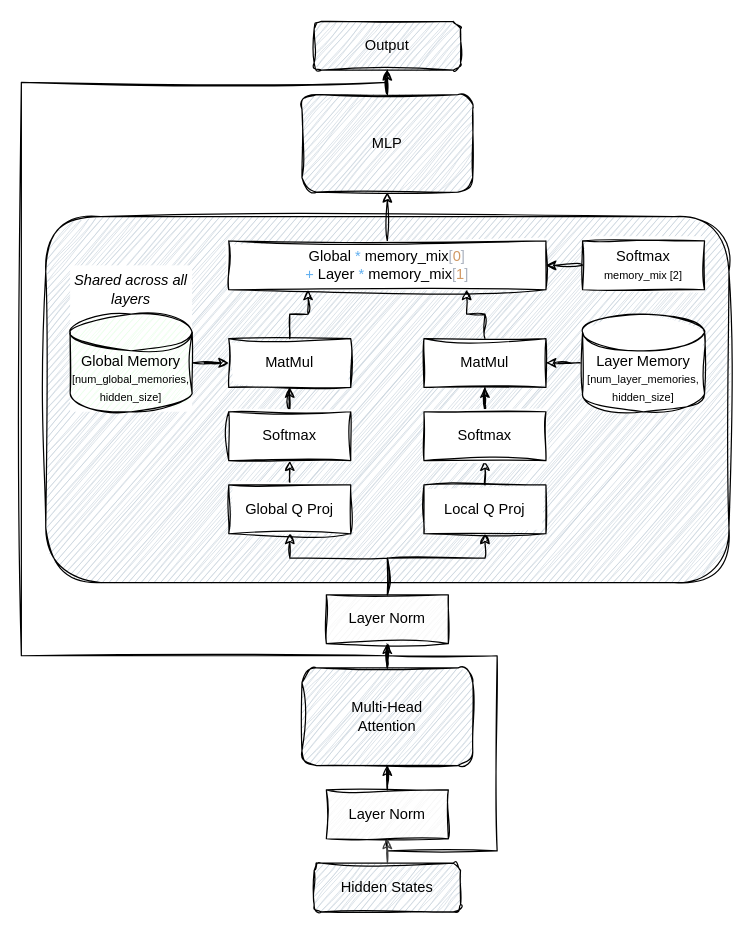
The draw.io diagram Memory Module Integration Diagram.drawio in nomadicsynth/neon-transformer, before the edit. Source tidied: cells renumbered, new cells numbered last; positions are measured from the earlier drawing's top-left corner, leaving out a move shared by most shapes. Both pictures are drawn from the tidied source at 122%, with x=0, y=0 at pixel (21, 21).
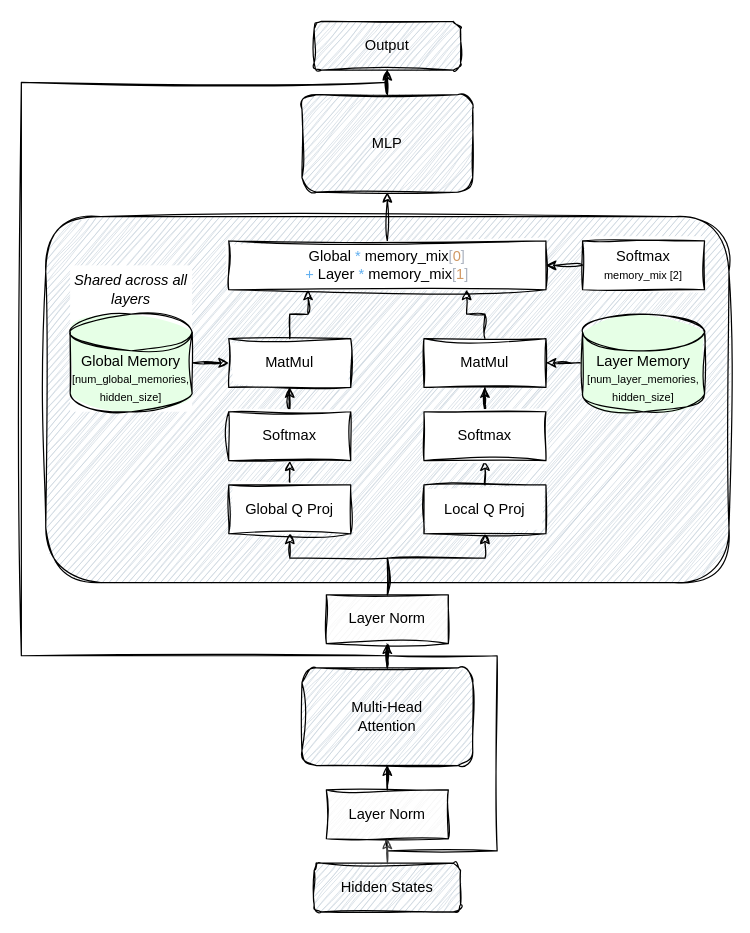
The same page after the edit.

What changed in the source:
```diff
@@
-    <mxCell id="14" value="Layer Memory&lt;br&gt;&lt;font style=&quot;font-size: 9px;&quot;&gt;[num_layer_memories, hidden_size]&lt;/font&gt;" style="shape=cylinder3;whiteSpace=wrap;html=1;boundedLbl=1;backgroundOutline=1;size=15;fillColor=default;strokeColor=#000000;sketch=1;curveFitting=1;jiggle=2;" parent="1" vertex="1">
+    <mxCell id="14" value="Layer Memory&lt;br&gt;&lt;font style=&quot;font-size: 9px;&quot;&gt;[num_layer_memories, hidden_size]&lt;/font&gt;" style="shape=cylinder3;whiteSpace=wrap;html=1;boundedLbl=1;backgroundOutline=1;size=15;fillColor=#E6FFE6;strokeColor=#000000;sketch=1;curveFitting=1;jiggle=2;shadow=0;gradientColor=none;gradientDirection=south;fillStyle=solid;" parent="1" vertex="1">
       <mxGeometry x="460" y="240" width="100" height="80" as="geometry" />
     </mxCell>
@@
-    <mxCell id="36" style="group;fillColor=default;" parent="1" vertex="1">
+    <mxCell id="36" style="group;fillColor=default;glass=0;rounded=0;shadow=0;" parent="1" vertex="1">
       <mxGeometry x="40" y="200" width="100" height="120" as="geometry" />
     </mxCell>
-    <mxCell id="37" value="Global Memory&lt;br&gt;&lt;font style=&quot;font-size: 9px;&quot;&gt;[num_global_memories, hidden_size]&lt;/font&gt;" style="shape=cylinder3;whiteSpace=wrap;html=1;boundedLbl=1;backgroundOutline=1;size=15;fillColor=#E6FFE6;strokeColor=#000000;sketch=1;curveFitting=1;jiggle=2;" parent="36" vertex="1">
+    <mxCell id="37" value="Global Memory&lt;br&gt;&lt;font style=&quot;font-size: 9px;&quot;&gt;[num_global_memories, hidden_size]&lt;/font&gt;" style="shape=cylinder3;whiteSpace=wrap;html=1;boundedLbl=1;backgroundOutline=1;size=15;fillColor=#E6FFE6;strokeColor=#000000;sketch=1;curveFitting=1;jiggle=2;fillStyle=solid;" parent="36" vertex="1">
       <mxGeometry y="40" width="100" height="80" as="geometry" />
     </mxCell>
```
